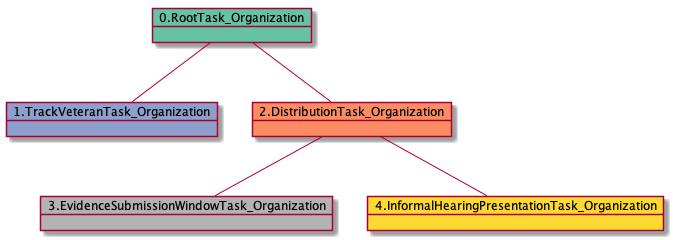
Before: docs-ES/uml/RTO.TVTO.DTO.ESWTO.IHPTO-40596.png, a diagram exported from PlantUML (yoomlam/graphing).
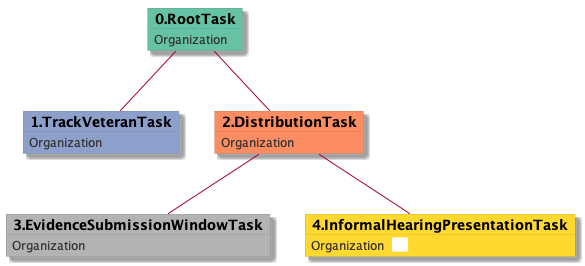
Above is the later version.

The edit, as a diff of the source:
```diff
@@ -1,11 +1,29 @@
 @startuml
-object 0.RootTask_Organization #66c2a5
-object 1.TrackVeteranTask_Organization #8da0cb
-object 2.DistributionTask_Organization #fc8d62
-object 3.EvidenceSubmissionWindowTask_Organization #b3b3b3
-object 4.InformalHearingPresentationTask_Organization #ffd92f
-0.RootTask_Organization -- 1.TrackVeteranTask_Organization
-0.RootTask_Organization -- 2.DistributionTask_Organization
-2.DistributionTask_Organization -- 3.EvidenceSubmissionWindowTask_Organization
-2.DistributionTask_Organization -- 4.InformalHearingPresentationTask_Organization
+skinparam {
+  ObjectBorderColor #555
+  ObjectBorderThickness 0
+  ObjectFontStyle bold
+  ObjectFontSize 14
+  ObjectAttributeFontColor #333
+  ObjectAttributeFontSize 12
+}
+  object 0.RootTask #66c2a5 {
+Organization
+}
+  object 1.TrackVeteranTask #8da0cb {
+Organization
+}
+  object 2.DistributionTask #fc8d62 {
+Organization
+}
+  object 3.EvidenceSubmissionWindowTask #b3b3b3 {
+Organization
+}
+  object 4.InformalHearingPresentationTask #ffd92f {
+Organization  <back:white>    </back>
+}
+0.RootTask -- 1.TrackVeteranTask
+0.RootTask -- 2.DistributionTask
+2.DistributionTask -- 3.EvidenceSubmissionWindowTask
+2.DistributionTask -- 4.InformalHearingPresentationTask
 @enduml
```
